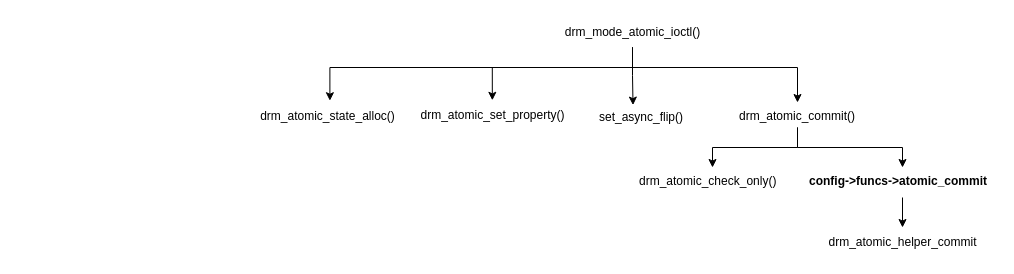
The draw.io diagram drm_atomic.drawio in YC-Xiang/draw.io, before the edit. Source tidied: cells renumbered, new cells numbered last; positions are measured from the earlier drawing's top-left corner, leaving out a move shared by most shapes. Both pictures are drawn from the tidied source at 100%, with x=0, y=0 at pixel (247, 17).
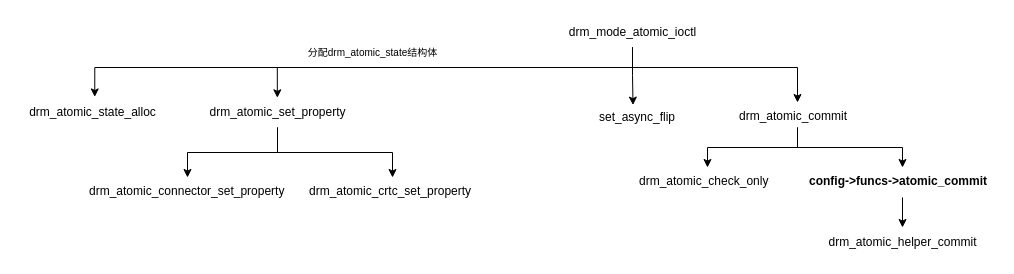
Above is the later version.

Diff of the diagram source:
```diff
@@
-    <mxCell id="3" value="drm_mode_atomic_ioctl()" style="text;html=1;align=center;verticalAlign=middle;points=[];strokeColor=none;fillColor=none;" parent="1" vertex="1">
-      <mxGeometry x="305" width="160" height="30" as="geometry" />
+    <mxCell id="3" value="drm_mode_atomic_ioctl" style="text;html=1;align=center;verticalAlign=middle;points=[];strokeColor=none;fillColor=none;" parent="1" vertex="1">
+      <mxGeometry x="310" width="150" height="30" as="geometry" />
     </mxCell>
-    <mxCell id="4" value="&lt;div&gt;&lt;span style=&quot;background-color: initial;&quot;&gt;drm_atomic_state_alloc()&lt;/span&gt;&lt;br&gt;&lt;/div&gt;" style="text;html=1;align=center;verticalAlign=middle;points=[];strokeColor=none;fillColor=none;" parent="1" vertex="1">
-      <mxGeometry y="83.8" width="160" height="30" as="geometry" />
+    <mxCell id="4" value="&lt;div&gt;&lt;span style=&quot;background-color: initial;&quot;&gt;drm_atomic_state_alloc&lt;/span&gt;&lt;br&gt;&lt;/div&gt;" style="text;html=1;align=center;verticalAlign=middle;points=[];strokeColor=none;fillColor=none;" parent="1" vertex="1">
+      <mxGeometry x="-230" y="80" width="150" height="30" as="geometry" />
     </mxCell>
+    <mxCell id="17" style="edgeStyle=orthogonalEdgeStyle;rounded=0;jettySize=auto;html=1;entryX=0.5;entryY=0;entryDx=0;entryDy=0;" parent="1" edge="1" source="5" target="20">
+      <mxGeometry relative="1" as="geometry" />
+    </mxCell>
+    <mxCell id="18" style="edgeStyle=orthogonalEdgeStyle;rounded=0;jettySize=auto;html=1;" parent="1" edge="1" source="5" target="21">
+      <mxGeometry relative="1" as="geometry" />
+    </mxCell>
-    <mxCell id="5" value="drm_atomic_set_property()" style="text;html=1;align=center;verticalAlign=middle;points=[];strokeColor=none;fillColor=none;" parent="1" vertex="1">
-      <mxGeometry x="160" y="82.5" width="170" height="30" as="geometry" />
+    <mxCell id="5" value="drm_atomic_set_property" style="text;html=1;align=center;verticalAlign=middle;points=[];strokeColor=none;fillColor=none;" parent="1" vertex="1">
+      <mxGeometry x="-50" y="80" width="160" height="30" as="geometry" />
     </mxCell>
@@
-    <mxCell id="8" value="drm_atomic_commit()" style="text;whiteSpace=wrap;html=1;" parent="1" vertex="1">
+    <mxCell id="8" value="drm_atomic_commit" style="text;whiteSpace=wrap;html=1;" parent="1" vertex="1">
       <mxGeometry x="490" y="85" width="120" height="25" as="geometry" />
     </mxCell>
     <mxCell id="9" style="edgeStyle=orthogonalEdgeStyle;rounded=0;jettySize=auto;html=1;entryX=0.515;entryY=-0.019;entryDx=0;entryDy=0;entryPerimeter=0;" parent="1" edge="1" source="3" target="4">
       <mxGeometry relative="1" as="geometry">
         <Array as="points">
           <mxPoint x="385" y="50" />
-          <mxPoint x="82" y="50" />
+          <mxPoint x="-153" y="50" />
         </Array>
       </mxGeometry>
     </mxCell>
-    <mxCell id="10" value="drm_atomic_check_only()" style="text;whiteSpace=wrap;html=1;" parent="1" vertex="1">
-      <mxGeometry x="390" y="150" width="150" height="30" as="geometry" />
+    <mxCell id="10" value="drm_atomic_check_only" style="text;whiteSpace=wrap;html=1;" parent="1" vertex="1">
+      <mxGeometry x="390" y="150" width="140" height="30" as="geometry" />
     </mxCell>
@@
-    <mxCell id="13" value="set_async_flip()" style="text;whiteSpace=wrap;html=1;" parent="1" vertex="1">
+    <mxCell id="13" value="set_async_flip" style="text;whiteSpace=wrap;html=1;" parent="1" vertex="1">
       <mxGeometry x="350" y="86.2" width="86" height="27.5" as="geometry" />
     </mxCell>
     <mxCell id="14" style="edgeStyle=orthogonalEdgeStyle;rounded=0;jettySize=auto;html=1;entryX=0.499;entryY=0.01;entryDx=0;entryDy=0;entryPerimeter=0;" parent="1" edge="1" source="3" target="5">
       <mxGeometry relative="1" as="geometry">
         <Array as="points">
           <mxPoint x="385" y="50" />
-          <mxPoint x="245" y="50" />
+          <mxPoint x="30" y="50" />
         </Array>
       </mxGeometry>
     </mxCell>
@@
+    <mxCell id="19" value="分配drm_atomic_state结构体" style="text;html=1;align=center;verticalAlign=middle;strokeColor=none;fillColor=none;fontSize=10;" parent="1" vertex="1">
+      <mxGeometry x="50" y="20" width="150" height="30" as="geometry" />
+    </mxCell>
+    <mxCell id="20" value="drm_atomic_connector_set_property" style="text;whiteSpace=wrap;html=1;" parent="1" vertex="1">
+      <mxGeometry x="-160" y="160" width="200" height="30" as="geometry" />
+    </mxCell>
+    <mxCell id="21" value="drm_atomic_crtc_set_property" style="text;whiteSpace=wrap;html=1;" parent="1" vertex="1">
+      <mxGeometry x="60" y="160" width="170" height="30" as="geometry" />
+    </mxCell>
```
